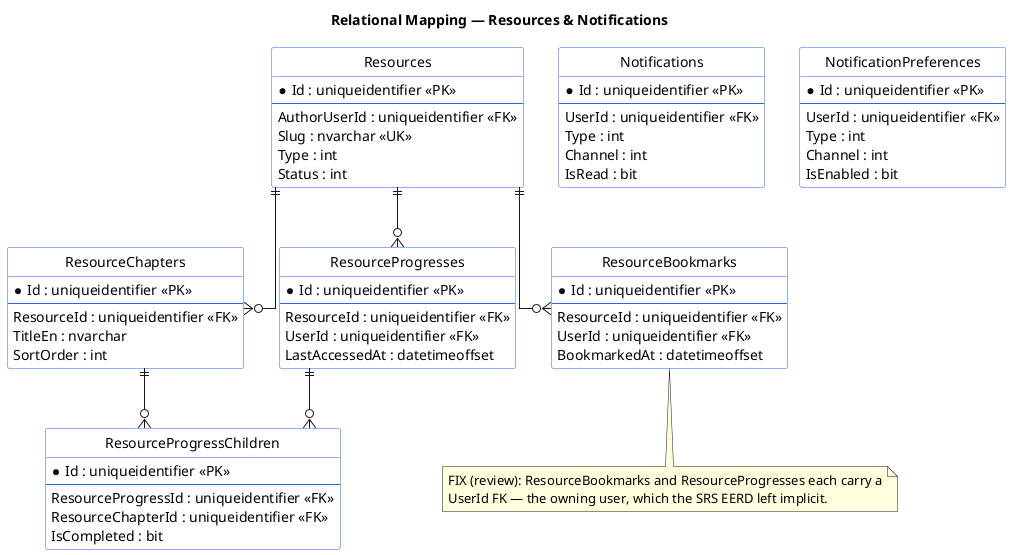
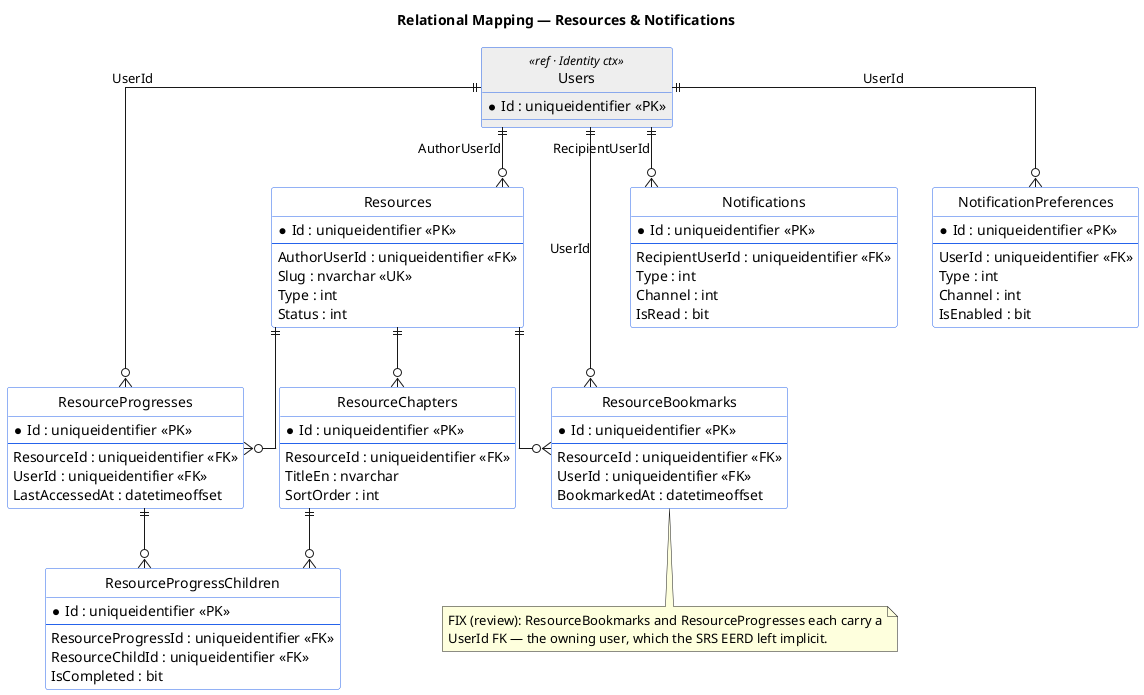
@startuml mapping-05-resources-notifications
title Relational Mapping — Resources & Notifications

skinparam linetype ortho
hide circle
skinparam class {
  BackgroundColor White
  BorderColor #2563eb
+ }
+ 
+ entity "Users" as users <<ref · Identity ctx>> #EEEEEE {
+   *Id : uniqueidentifier <<PK>>
}

entity "Resources" as res {
  *Id : uniqueidentifier <<PK>>
  --
  AuthorUserId : uniqueidentifier <<FK>>
  Slug : nvarchar <<UK>>
  Type : int
  Status : int
}

entity "ResourceChapters" as rc {
  *Id : uniqueidentifier <<PK>>
  --
  ResourceId : uniqueidentifier <<FK>>
  TitleEn : nvarchar
  SortOrder : int
}

entity "ResourceBookmarks" as rb {
  *Id : uniqueidentifier <<PK>>
  --
  ResourceId : uniqueidentifier <<FK>>
  UserId : uniqueidentifier <<FK>>
  BookmarkedAt : datetimeoffset
}

entity "ResourceProgresses" as rp {
  *Id : uniqueidentifier <<PK>>
  --
  ResourceId : uniqueidentifier <<FK>>
  UserId : uniqueidentifier <<FK>>
  LastAccessedAt : datetimeoffset
}

entity "ResourceProgressChildren" as rpc {
  *Id : uniqueidentifier <<PK>>
  --
  ResourceProgressId : uniqueidentifier <<FK>>
-   ResourceChapterId : uniqueidentifier <<FK>>
+   ResourceChildId : uniqueidentifier <<FK>>
  IsCompleted : bit
}

entity "Notifications" as nt {
  *Id : uniqueidentifier <<PK>>
  --
-   UserId : uniqueidentifier <<FK>>
+   RecipientUserId : uniqueidentifier <<FK>>
  Type : int
  Channel : int
  IsRead : bit
}

entity "NotificationPreferences" as np {
  *Id : uniqueidentifier <<PK>>
  --
  UserId : uniqueidentifier <<FK>>
  Type : int
  Channel : int
  IsEnabled : bit
}

+ ' ----- intra-context FKs -----
res ||--o{ rc
res ||--o{ rb
res ||--o{ rp
- rp ||--o{ rpc
- rc ||--o{ rpc
+ rp  ||--o{ rpc
+ rc  ||--o{ rpc
+ 
+ ' ----- cross-context FKs -----
+ users ||--o{ res : AuthorUserId
+ users ||--o{ rb  : UserId
+ users ||--o{ rp  : UserId
+ users ||--o{ nt  : RecipientUserId
+ users ||--o{ np  : UserId

note bottom of rb
  FIX (review): ResourceBookmarks and ResourceProgresses each carry a
  UserId FK — the owning user, which the SRS EERD left implicit.
end note
@enduml
